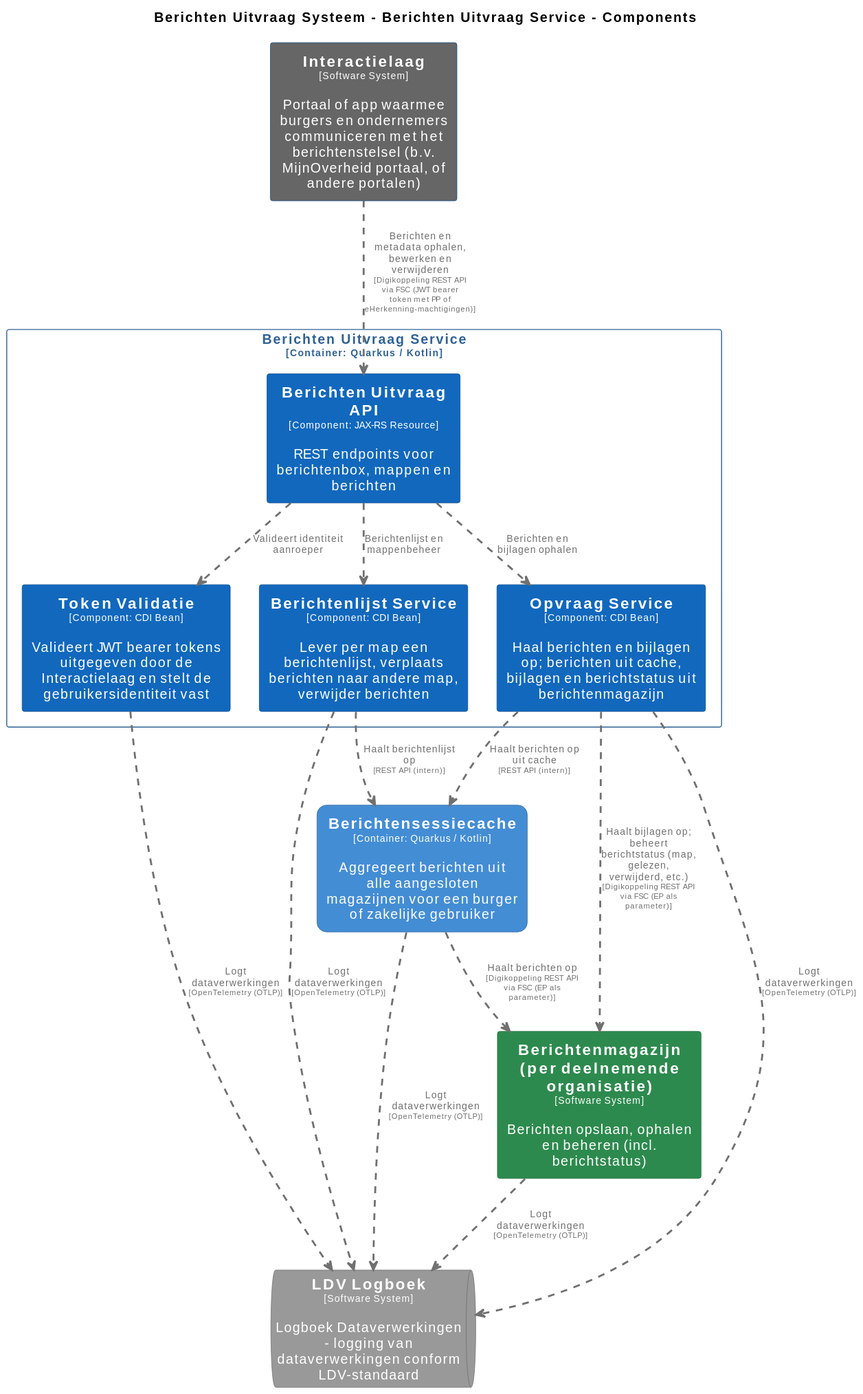
Earlier version of the PlantUML export pr-preview/pr-22/master/svg/BerichtenUitvraagServiceComponenten.svg (MinBZK/moza-poc-fbs-berichtenbox). Its source is kept beside it as pr-preview/pr-22/master/puml/BerichtenUitvraagServiceComponenten.puml.
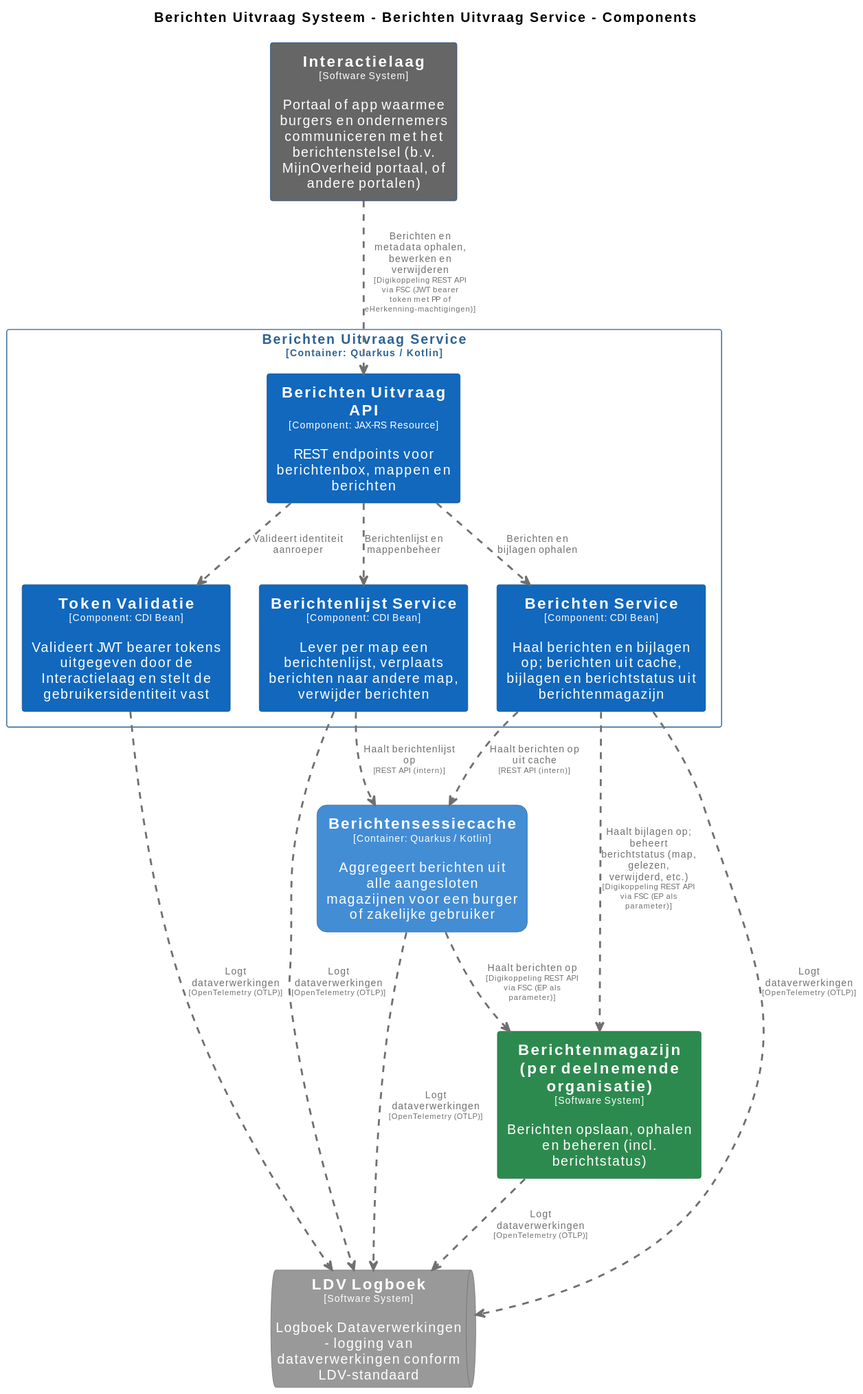
Above is the later version.

The edit, as a diff of the source:
```diff
@@ -15,6 +15,12 @@
 
 hide stereotype
 
+skinparam rectangle<<BerichtenUitvraagSysteem.BerichtenUitvraagService.BerichtenService>> {
+  BackgroundColor #1168bd
+  FontColor #ffffff
+  BorderColor #0b4884
+  shadowing false
+}
 skinparam rectangle<<BerichtenUitvraagSysteem.BerichtenUitvraagService.BerichtenUitvraagAPI>> {
   BackgroundColor #1168bd
   FontColor #ffffff
@@ -52,12 +58,6 @@
   BorderColor #6b6b6b
   shadowing false
 }
-skinparam rectangle<<BerichtenUitvraagSysteem.BerichtenUitvraagService.OpvraagService>> {
-  BackgroundColor #1168bd
-  FontColor #ffffff
-  BorderColor #0b4884
-  shadowing false
-}
 skinparam rectangle<<BerichtenUitvraagSysteem.BerichtenUitvraagService.TokenValidatie>> {
   BackgroundColor #1168bd
   FontColor #ffffff
@@ -79,7 +79,7 @@
   rectangle "==Berichten Uitvraag API\n<size:10>[Component: JAX-RS Resource]</size>\n\nREST endpoints voor berichtenbox, mappen en berichten" <<BerichtenUitvraagSysteem.BerichtenUitvraagService.BerichtenUitvraagAPI>> as BerichtenUitvraagSysteem.BerichtenUitvraagService.BerichtenUitvraagAPI
   rectangle "==Token Validatie\n<size:10>[Component: CDI Bean]</size>\n\nValideert JWT bearer tokens uitgegeven door de Interactielaag en stelt de gebruikersidentiteit vast" <<BerichtenUitvraagSysteem.BerichtenUitvraagService.TokenValidatie>> as BerichtenUitvraagSysteem.BerichtenUitvraagService.TokenValidatie
   rectangle "==Berichtenlijst Service\n<size:10>[Component: CDI Bean]</size>\n\nLever per map een berichtenlijst, verplaats berichten naar andere map, verwijder berichten" <<BerichtenUitvraagSysteem.BerichtenUitvraagService.BerichtenlijstService>> as BerichtenUitvraagSysteem.BerichtenUitvraagService.BerichtenlijstService
-  rectangle "==Opvraag Service\n<size:10>[Component: CDI Bean]</size>\n\nHaal berichten en bijlagen op; berichten uit cache, bijlagen en berichtstatus uit berichtenmagazijn" <<BerichtenUitvraagSysteem.BerichtenUitvraagService.OpvraagService>> as BerichtenUitvraagSysteem.BerichtenUitvraagService.OpvraagService
+  rectangle "==Berichten Service\n<size:10>[Component: CDI Bean]</size>\n\nHaal berichten en bijlagen op; berichten uit cache, bijlagen en berichtstatus uit berichtenmagazijn" <<BerichtenUitvraagSysteem.BerichtenUitvraagService.BerichtenService>> as BerichtenUitvraagSysteem.BerichtenUitvraagService.BerichtenService
 }
 
 BerichtenUitvraagSysteem.Berichtensessiecache .[#707070,thickness=2].> Berichtenmagazijnperdeelnemendeorganisatie : "<color:#707070>Haalt berichten op\n<color:#707070><size:8>[Digikoppeling REST API via FSC (EP als parameter)]</size>"
@@ -87,12 +87,12 @@
 BerichtenUitvraagSysteem.Berichtensessiecache .[#707070,thickness=2].> LDVLogboek : "<color:#707070>Logt dataverwerkingen\n<color:#707070><size:8>[OpenTelemetry (OTLP)]</size>"
 BerichtenUitvraagSysteem.BerichtenUitvraagService.TokenValidatie .[#707070,thickness=2].> LDVLogboek : "<color:#707070>Logt dataverwerkingen\n<color:#707070><size:8>[OpenTelemetry (OTLP)]</size>"
 BerichtenUitvraagSysteem.BerichtenUitvraagService.BerichtenlijstService .[#707070,thickness=2].> LDVLogboek : "<color:#707070>Logt dataverwerkingen\n<color:#707070><size:8>[OpenTelemetry (OTLP)]</size>"
-BerichtenUitvraagSysteem.BerichtenUitvraagService.OpvraagService .[#707070,thickness=2].> LDVLogboek : "<color:#707070>Logt dataverwerkingen\n<color:#707070><size:8>[OpenTelemetry (OTLP)]</size>"
+BerichtenUitvraagSysteem.BerichtenUitvraagService.BerichtenService .[#707070,thickness=2].> LDVLogboek : "<color:#707070>Logt dataverwerkingen\n<color:#707070><size:8>[OpenTelemetry (OTLP)]</size>"
 BerichtenUitvraagSysteem.BerichtenUitvraagService.BerichtenUitvraagAPI .[#707070,thickness=2].> BerichtenUitvraagSysteem.BerichtenUitvraagService.TokenValidatie : "<color:#707070>Valideert identiteit aanroeper"
 BerichtenUitvraagSysteem.BerichtenUitvraagService.BerichtenUitvraagAPI .[#707070,thickness=2].> BerichtenUitvraagSysteem.BerichtenUitvraagService.BerichtenlijstService : "<color:#707070>Berichtenlijst en mappenbeheer"
-BerichtenUitvraagSysteem.BerichtenUitvraagService.BerichtenUitvraagAPI .[#707070,thickness=2].> BerichtenUitvraagSysteem.BerichtenUitvraagService.OpvraagService : "<color:#707070>Berichten en bijlagen ophalen"
-BerichtenUitvraagSysteem.BerichtenUitvraagService.OpvraagService .[#707070,thickness=2].> BerichtenUitvraagSysteem.Berichtensessiecache : "<color:#707070>Haalt berichten op uit cache\n<color:#707070><size:8>[REST API (intern)]</size>"
+BerichtenUitvraagSysteem.BerichtenUitvraagService.BerichtenUitvraagAPI .[#707070,thickness=2].> BerichtenUitvraagSysteem.BerichtenUitvraagService.BerichtenService : "<color:#707070>Berichten en bijlagen ophalen"
+BerichtenUitvraagSysteem.BerichtenUitvraagService.BerichtenService .[#707070,thickness=2].> BerichtenUitvraagSysteem.Berichtensessiecache : "<color:#707070>Haalt berichten op uit cache\n<color:#707070><size:8>[REST API (intern)]</size>"
 BerichtenUitvraagSysteem.BerichtenUitvraagService.BerichtenlijstService .[#707070,thickness=2].> BerichtenUitvraagSysteem.Berichtensessiecache : "<color:#707070>Haalt berichtenlijst op\n<color:#707070><size:8>[REST API (intern)]</size>"
 Interactielaag .[#707070,thickness=2].> BerichtenUitvraagSysteem.BerichtenUitvraagService.BerichtenUitvraagAPI : "<color:#707070>Berichten en metadata ophalen, bewerken en verwijderen\n<color:#707070><size:8>[Digikoppeling REST API via FSC (JWT bearer token met PP of eHerkenning-machtigingen)]</size>"
-BerichtenUitvraagSysteem.BerichtenUitvraagService.OpvraagService .[#707070,thickness=2].> Berichtenmagazijnperdeelnemendeorganisatie : "<color:#707070>Haalt bijlagen op; beheert berichtstatus (map, gelezen, verwijderd, etc.)\n<color:#707070><size:8>[Digikoppeling REST API via FSC (EP als parameter)]</size>"
+BerichtenUitvraagSysteem.BerichtenUitvraagService.BerichtenService .[#707070,thickness=2].> Berichtenmagazijnperdeelnemendeorganisatie : "<color:#707070>Haalt bijlagen op; beheert berichtstatus (map, gelezen, verwijderd, etc.)\n<color:#707070><size:8>[Digikoppeling REST API via FSC (EP als parameter)]</size>"
 @enduml
```
